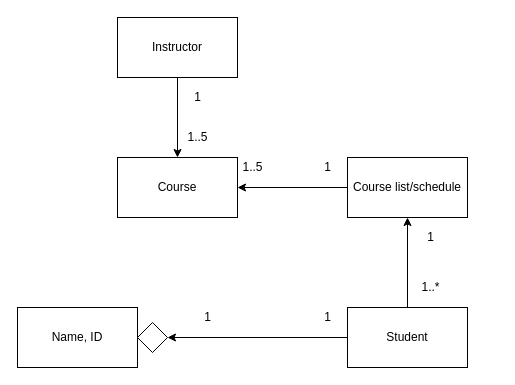
Before: page "Student" (2 of 4) of class_diagrams.drawio in peterklem/CURSE, a draw.io diagram. Source tidied: cells renumbered, new cells numbered last; positions are measured from the earlier drawing's top-left corner, leaving out a move shared by most shapes. Both pictures are drawn from the tidied source at 100%, with x=0, y=0 at pixel (17, 17).
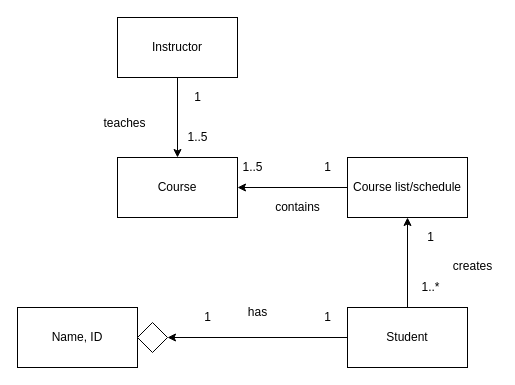
The same page after the edit.

Diff of the diagram source:
```diff
@@
+    <mxCell id="20" value="teaches" style="text;html=1;align=center;verticalAlign=middle;" parent="1" vertex="1">
+      <mxGeometry x="77" y="96" width="60" height="20" as="geometry" />
+    </mxCell>
+    <mxCell id="21" value="has" style="text;html=1;align=center;verticalAlign=middle;" parent="1" vertex="1">
+      <mxGeometry x="225" y="285" width="30" height="20" as="geometry" />
+    </mxCell>
+    <mxCell id="22" value="creates" style="text;html=1;align=center;verticalAlign=middle;" parent="1" vertex="1">
+      <mxGeometry x="430" y="239" width="50" height="20" as="geometry" />
+    </mxCell>
+    <mxCell id="23" value="contains" style="text;html=1;align=center;verticalAlign=middle;" parent="1" vertex="1">
+      <mxGeometry x="250" y="180" width="60" height="20" as="geometry" />
+    </mxCell>
```
